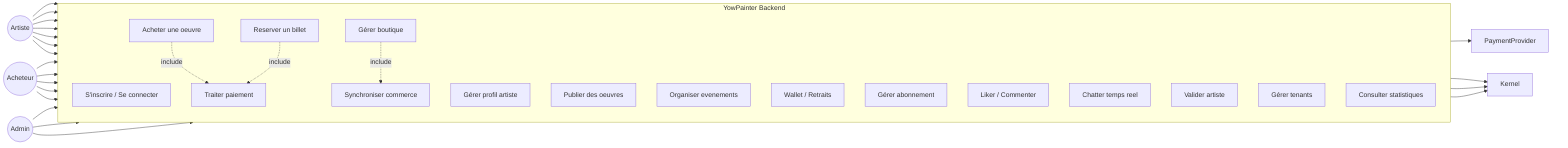
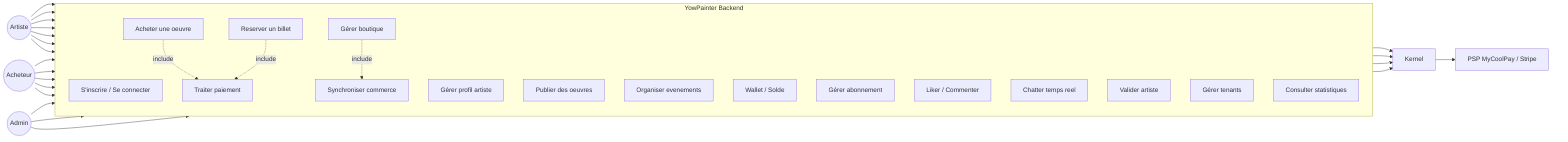
flowchart LR
    subgraph YowPainter["YowPainter Backend"]
        direction TB
        UC1[S'inscrire / Se connecter]
        UC2[Gérer profil artiste]
        UC3[Publier des oeuvres]
        UC4[Gérer boutique]
        UC5[Organiser evenements]
-         UC6[Wallet / Retraits]
+         UC6[Wallet / Solde]
        UC7[Gérer abonnement]
        UC8[Acheter une oeuvre]
        UC9[Reserver un billet]
        UC10[Liker / Commenter]
        UC11[Chatter temps reel]
        UC12[Valider artiste]
        UC13[Gérer tenants]
        UC14[Consulter statistiques]
        UC15[Traiter paiement]
        UC16[Synchroniser commerce]
    end

    Artist((Artiste))
    Buyer((Acheteur))
    Admin((Admin))
-     PaymentProvider[PaymentProvider]
+     PSP[PSP MyCoolPay / Stripe]
    Kernel[Kernel]

    Artist --> UC1 & UC2 & UC3 & UC4 & UC5 & UC6 & UC7
    Buyer --> UC1 & UC8 & UC9 & UC10 & UC11
    Admin --> UC12 & UC13 & UC14

    UC8 & UC9 -.->|include| UC15
    UC4 -.->|include| UC16
-     UC15 --> PaymentProvider
+     UC15 --> Kernel
+     Kernel --> PSP
    UC16 --> Kernel
    UC1 & UC12 --> Kernel
